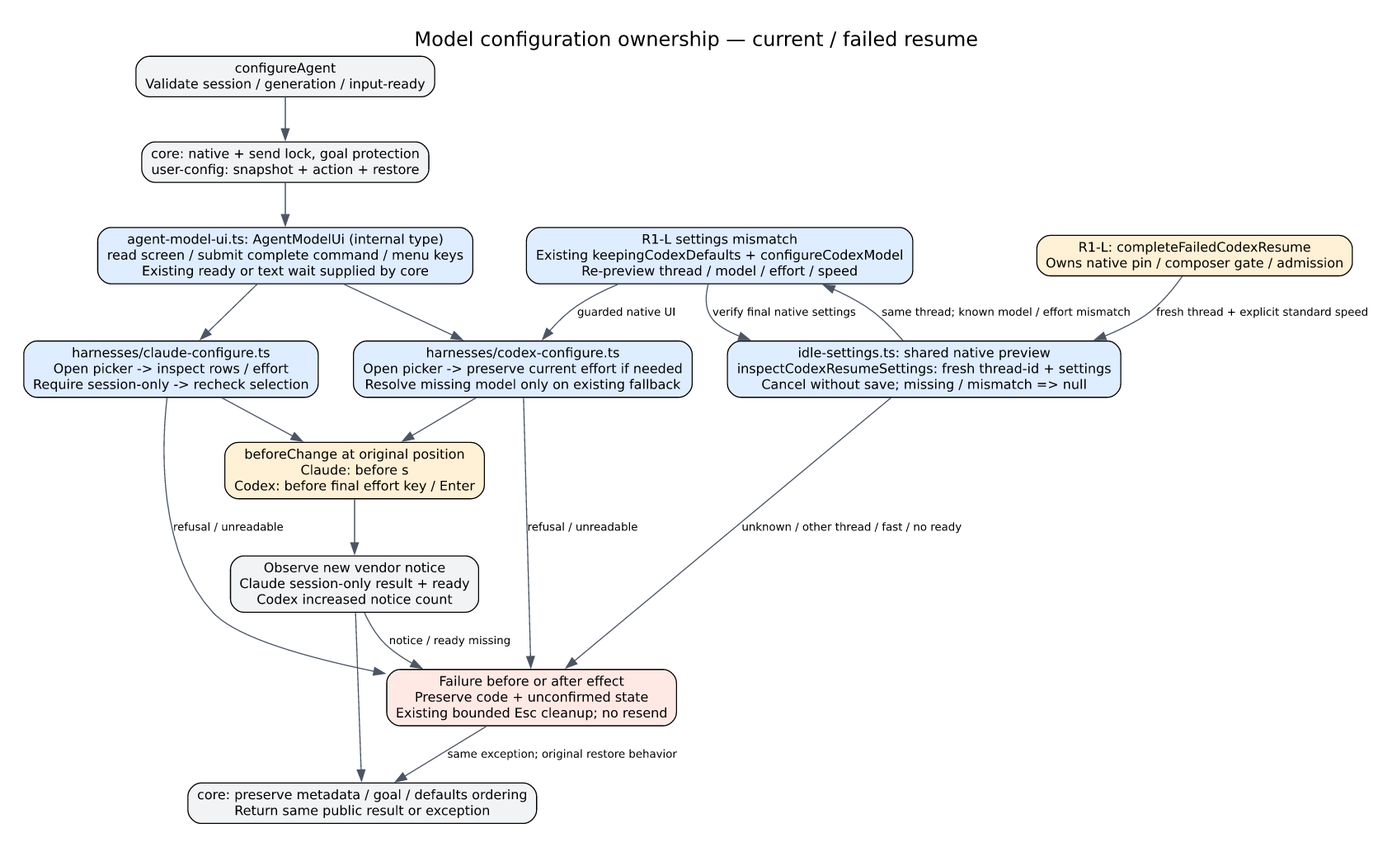
The Graphviz diagram docs/architecture/model-configuration.png in kitepon/aiterm-mcp, before a commit. Its source is kept beside it as docs/architecture/model-configuration.dot.
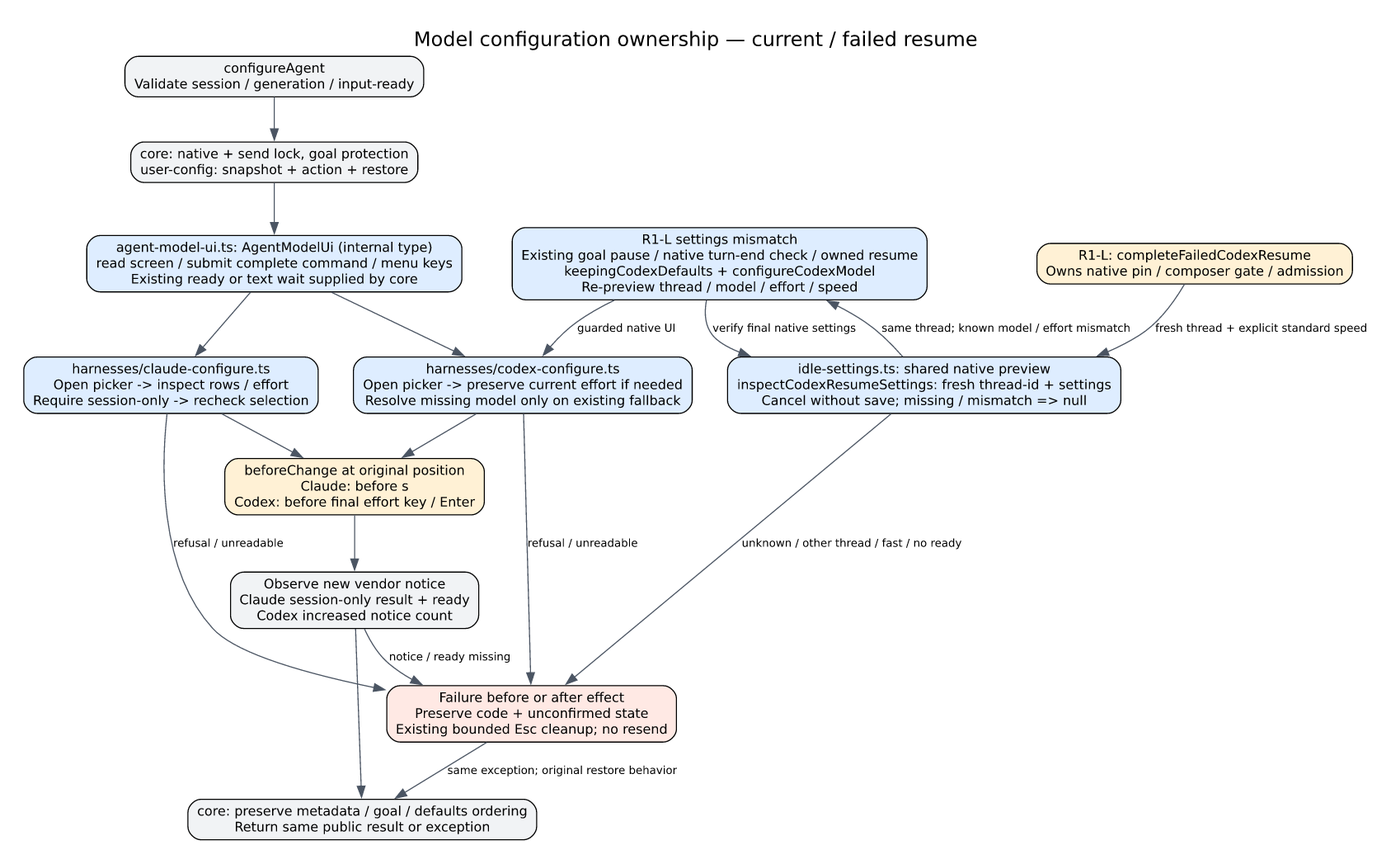
Above is the later version.

Change to the diagram source:
```diff
@@ -15,7 +15,8 @@
  repair [label="R1-L: completeFailedCodexResume\nOwns native pin / composer gate / admission",style="rounded,filled",fillcolor="#fff1d5"];
  repair -> preview [label="fresh thread + explicit standard speed"];
  restore_resume [label="R1-L settings mismatch
-Existing keepingCodexDefaults + configureCodexModel
+Existing goal pause / native turn-end check / owned resume
+keepingCodexDefaults + configureCodexModel
 Re-preview thread / model / effort / speed",fillcolor="#deedff"];
  preview -> restore_resume [label="same thread; known model / effort mismatch"];
  restore_resume -> codex [label="guarded native UI"];
```
